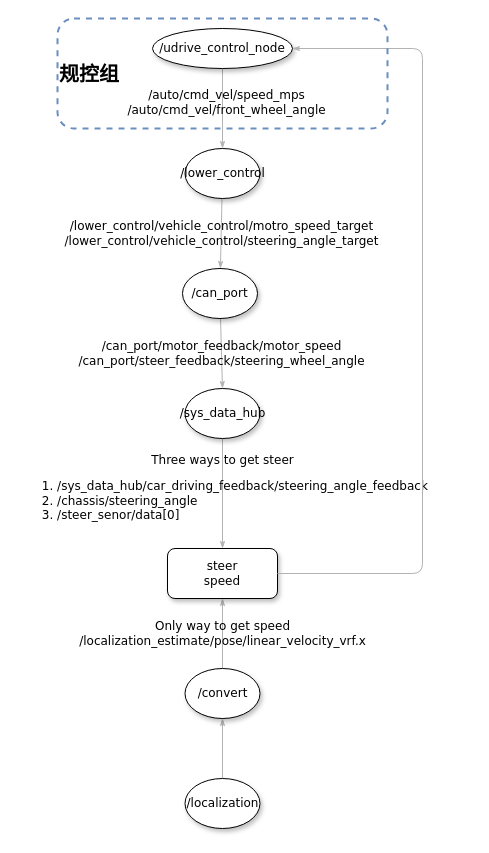
This is UDI_rqt_graph.drawio from Thousandsuny/Learning, a draw.io file, before an edit. Source tidied: cells renumbered, new cells numbered last; positions are measured from the earlier drawing's top-left corner, leaving out a move shared by most shapes. Both pictures are drawn from the tidied source at 100%, with x=0, y=0 at pixel (57, 18).
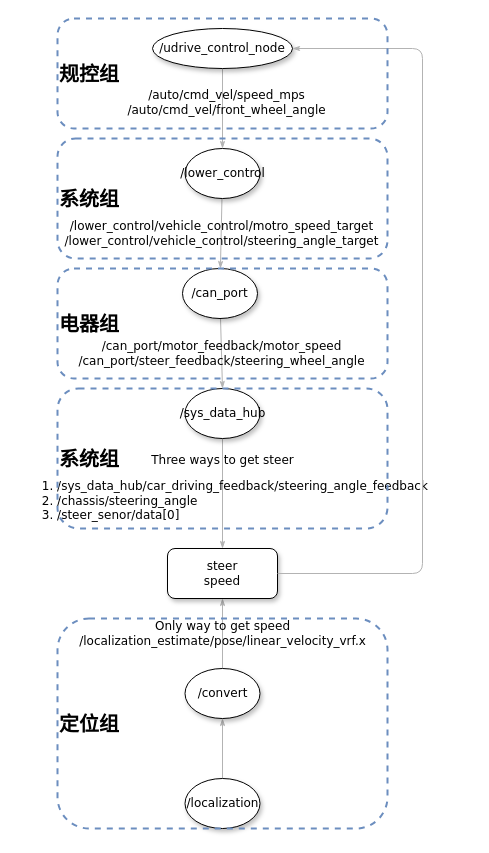
The same diagram, later.

Diff of the diagram source:
```diff
@@
+    <mxCell id="17" value="&lt;font style=&quot;font-size: 20px;&quot;&gt;&lt;b&gt;系统组&lt;/b&gt;&lt;/font&gt;" style="rounded=1;whiteSpace=wrap;html=1;fillColor=none;dashed=1;strokeWidth=2;align=left;strokeColor=#6c8ebf;gradientColor=none;" parent="1" vertex="1">
+      <mxGeometry y="120" width="330" height="120" as="geometry" />
+    </mxCell>
+    <mxCell id="18" value="&lt;font style=&quot;font-size: 20px;&quot;&gt;&lt;b&gt;电器组&lt;/b&gt;&lt;/font&gt;" style="rounded=1;whiteSpace=wrap;html=1;fillColor=none;dashed=1;strokeWidth=2;align=left;strokeColor=#6c8ebf;gradientColor=none;" parent="1" vertex="1">
+      <mxGeometry y="250" width="330" height="110" as="geometry" />
+    </mxCell>
+    <mxCell id="19" value="&lt;font style=&quot;font-size: 20px;&quot;&gt;&lt;b&gt;系统组&lt;/b&gt;&lt;/font&gt;" style="rounded=1;whiteSpace=wrap;html=1;fillColor=none;dashed=1;strokeWidth=2;align=left;strokeColor=#6c8ebf;gradientColor=none;" parent="1" vertex="1">
+      <mxGeometry y="370" width="330" height="140" as="geometry" />
+    </mxCell>
+    <mxCell id="20" value="&lt;font style=&quot;font-size: 20px;&quot;&gt;&lt;b&gt;定位组&lt;/b&gt;&lt;/font&gt;" style="rounded=1;whiteSpace=wrap;html=1;fillColor=none;dashed=1;strokeWidth=2;align=left;strokeColor=#6c8ebf;gradientColor=none;" parent="1" vertex="1">
+      <mxGeometry y="600" width="330" height="210" as="geometry" />
+    </mxCell>
```
